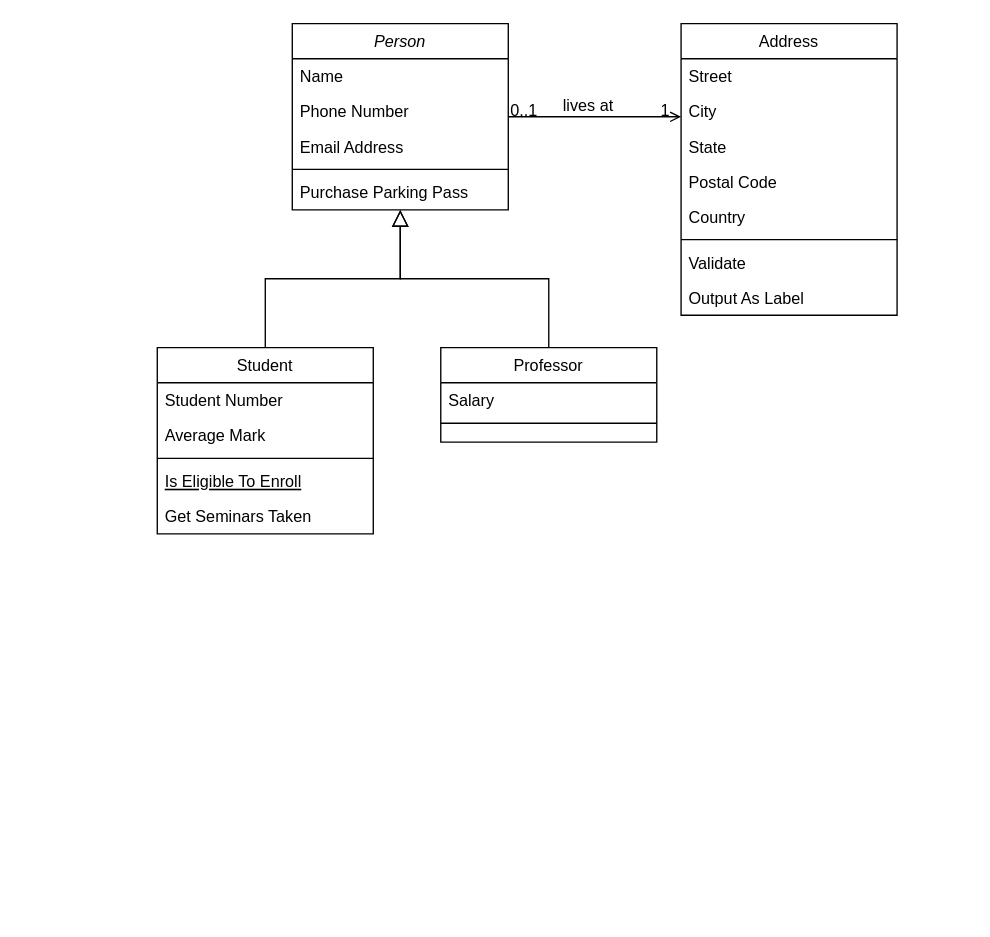
Before: POO 5TO LUCIO/Diagrama sin título.drawio in Luchito14567/POO-5TO-LUCIO, a draw.io diagram. Source tidied: cells renumbered, new cells numbered last; positions are measured from the earlier drawing's top-left corner, leaving out a move shared by most shapes. Both pictures are drawn from the tidied source at 135%, with x=0, y=0 at pixel (157, 23).
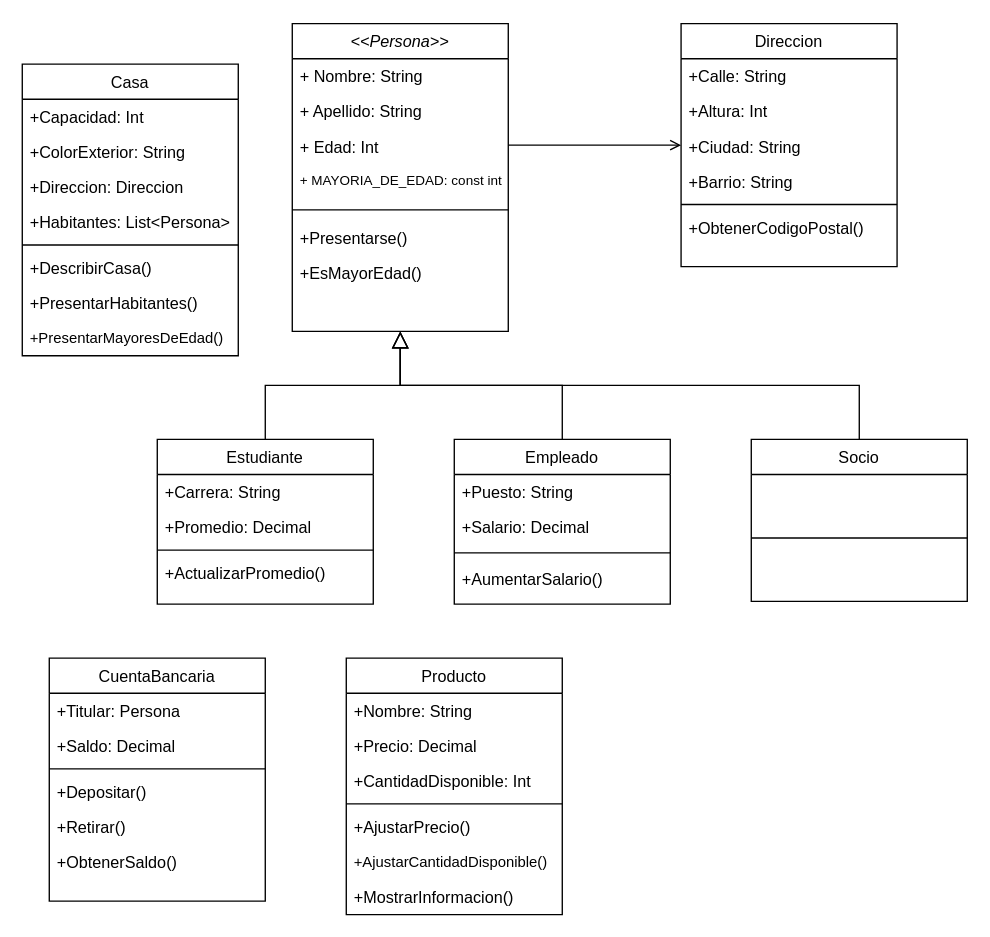
The same diagram, later.

The change refers to these unchanged cells:
```xml
<mxCell id="28" style="endArrow=open;shadow=0;strokeWidth=1;rounded=0;curved=0;endFill=1;edgeStyle=elbowEdgeStyle;elbow=vertical;" parent="1" edge="1" source="2" target="19">
  <mxGeometry x="0.5" y="41" relative="1" as="geometry">
    <mxPoint x="-40" y="32" as="offset" />
  </mxGeometry>
</mxCell>
```

The edit, as a diff of the source:
```diff
@@
-    <mxCell id="2" value="Person" style="swimlane;fontStyle=2;align=center;verticalAlign=top;horizontal=1;startSize=26;rounded=0;shadow=0;strokeWidth=1;" parent="1" vertex="1">
-      <mxGeometry x="100" width="160" height="138" as="geometry" />
+    <mxCell id="2" value="&lt;&lt;Persona&gt;&gt;" style="swimlane;fontStyle=2;align=center;verticalAlign=top;horizontal=1;startSize=26;rounded=0;shadow=0;strokeWidth=1;" parent="1" vertex="1">
+      <mxGeometry x="100" width="160" height="228" as="geometry" />
     </mxCell>
-    <mxCell id="3" value="Name" style="text;align=left;verticalAlign=top;spacingLeft=4;spacingRight=4;overflow=hidden;" parent="2" vertex="1">
+    <mxCell id="3" value="+ Nombre: String" style="text;align=left;verticalAlign=top;spacingLeft=4;spacingRight=4;overflow=hidden;" parent="2" vertex="1">
       <mxGeometry y="26" width="160" height="26" as="geometry" />
     </mxCell>
-    <mxCell id="4" value="Phone Number" style="text;align=left;verticalAlign=top;spacingLeft=4;spacingRight=4;overflow=hidden;rounded=0;shadow=0;html=0;" parent="2" vertex="1">
+    <mxCell id="4" value="+ Apellido: String" style="text;align=left;verticalAlign=top;spacingLeft=4;spacingRight=4;overflow=hidden;rounded=0;shadow=0;html=0;" parent="2" vertex="1">
       <mxGeometry y="52" width="160" height="26" as="geometry" />
     </mxCell>
-    <mxCell id="5" value="Email Address" style="text;align=left;verticalAlign=top;spacingLeft=4;spacingRight=4;overflow=hidden;rounded=0;shadow=0;html=0;" parent="2" vertex="1">
+    <mxCell id="5" value="+ Edad: Int&#10;" style="text;align=left;verticalAlign=top;spacingLeft=4;spacingRight=4;overflow=hidden;rounded=0;shadow=0;html=0;" parent="2" vertex="1">
       <mxGeometry y="78" width="160" height="26" as="geometry" />
     </mxCell>
+    <mxCell id="32" value="+ MAYORIA_DE_EDAD: const int" style="text;align=left;verticalAlign=top;spacingLeft=4;spacingRight=4;overflow=hidden;rounded=0;shadow=0;html=0;fontSize=10;" parent="2" vertex="1">
+      <mxGeometry y="104" width="160" height="26" as="geometry" />
+    </mxCell>
     <mxCell id="6" style="line;html=1;strokeWidth=1;align=left;verticalAlign=middle;spacingTop=-1;spacingLeft=3;spacingRight=3;labelPosition=right;" parent="2" vertex="1">
-      <mxGeometry y="104" width="160" height="8" as="geometry" />
+      <mxGeometry y="130" width="160" height="16" as="geometry" />
     </mxCell>
+    <mxCell id="33" value="+Presentarse()" style="text;align=left;verticalAlign=top;spacingLeft=4;spacingRight=4;overflow=hidden;" parent="2" vertex="1">
+      <mxGeometry y="146" width="160" height="26" as="geometry" />
+    </mxCell>
-    <mxCell id="7" value="Purchase Parking Pass" style="text;align=left;verticalAlign=top;spacingLeft=4;spacingRight=4;overflow=hidden;" parent="2" vertex="1">
-      <mxGeometry y="112" width="160" height="26" as="geometry" />
+    <mxCell id="7" value="+EsMayorEdad()" style="text;align=left;verticalAlign=top;spacingLeft=4;spacingRight=4;overflow=hidden;" parent="2" vertex="1">
+      <mxGeometry y="172" width="160" height="26" as="geometry" />
     </mxCell>
-    <mxCell id="8" value="Student" style="swimlane;fontStyle=0;align=center;verticalAlign=top;horizontal=1;startSize=26;rounded=0;shadow=0;strokeWidth=1;" parent="1" vertex="1">
-      <mxGeometry y="240" width="160" height="138" as="geometry" />
+    <mxCell id="8" value="Estudiante" style="swimlane;fontStyle=0;align=center;verticalAlign=top;horizontal=1;startSize=26;rounded=0;shadow=0;strokeWidth=1;" parent="1" vertex="1">
+      <mxGeometry y="308" width="160" height="122" as="geometry" />
     </mxCell>
-    <mxCell id="9" value="Student Number" style="text;align=left;verticalAlign=top;spacingLeft=4;spacingRight=4;overflow=hidden;" parent="8" vertex="1">
+    <mxCell id="9" value="+Carrera: String" style="text;align=left;verticalAlign=top;spacingLeft=4;spacingRight=4;overflow=hidden;" parent="8" vertex="1">
       <mxGeometry y="26" width="160" height="26" as="geometry" />
     </mxCell>
-    <mxCell id="10" value="Average Mark" style="text;align=left;verticalAlign=top;spacingLeft=4;spacingRight=4;overflow=hidden;rounded=0;shadow=0;html=0;" parent="8" vertex="1">
+    <mxCell id="10" value="+Promedio: Decimal" style="text;align=left;verticalAlign=top;spacingLeft=4;spacingRight=4;overflow=hidden;rounded=0;shadow=0;html=0;" parent="8" vertex="1">
       <mxGeometry y="52" width="160" height="26" as="geometry" />
     </mxCell>
@@
-    <mxCell id="12" value="Is Eligible To Enroll" style="text;align=left;verticalAlign=top;spacingLeft=4;spacingRight=4;overflow=hidden;fontStyle=4;" parent="8" vertex="1">
-      <mxGeometry y="86" width="160" height="26" as="geometry" />
-    </mxCell>
-    <mxCell id="13" value="Get Seminars Taken" style="text;align=left;verticalAlign=top;spacingLeft=4;spacingRight=4;overflow=hidden;" parent="8" vertex="1">
-      <mxGeometry y="112" width="160" height="26" as="geometry" />
-    </mxCell>
+    <mxCell id="34" value="+ActualizarPromedio()" style="text;align=left;verticalAlign=top;spacingLeft=4;spacingRight=4;overflow=hidden;rounded=0;shadow=0;html=0;" parent="8" vertex="1">
+      <mxGeometry y="86" width="160" height="26" as="geometry" />
+    </mxCell>
@@
-    <mxCell id="15" value="Professor" style="swimlane;fontStyle=0;align=center;verticalAlign=top;horizontal=1;startSize=26;rounded=0;shadow=0;strokeWidth=1;" parent="1" vertex="1">
-      <mxGeometry x="210" y="240" width="160" height="70" as="geometry" />
+    <mxCell id="15" value="Empleado" style="swimlane;fontStyle=0;align=center;verticalAlign=top;horizontal=1;startSize=26;rounded=0;shadow=0;strokeWidth=1;" parent="1" vertex="1">
+      <mxGeometry x="220" y="308" width="160" height="122" as="geometry" />
     </mxCell>
-    <mxCell id="16" value="Salary" style="text;align=left;verticalAlign=top;spacingLeft=4;spacingRight=4;overflow=hidden;" parent="15" vertex="1">
+    <mxCell id="16" value="+Puesto: String" style="text;align=left;verticalAlign=top;spacingLeft=4;spacingRight=4;overflow=hidden;" parent="15" vertex="1">
       <mxGeometry y="26" width="160" height="26" as="geometry" />
     </mxCell>
+    <mxCell id="35" value="+Salario: Decimal" style="text;align=left;verticalAlign=top;spacingLeft=4;spacingRight=4;overflow=hidden;" parent="15" vertex="1">
+      <mxGeometry y="52" width="160" height="26" as="geometry" />
+    </mxCell>
     <mxCell id="17" style="line;html=1;strokeWidth=1;align=left;verticalAlign=middle;spacingTop=-1;spacingLeft=3;spacingRight=3;labelPosition=right;" parent="15" vertex="1">
-      <mxGeometry y="52" width="160" height="8" as="geometry" />
+      <mxGeometry y="78" width="160" height="12" as="geometry" />
     </mxCell>
+    <mxCell id="36" value="+AumentarSalario()" style="text;align=left;verticalAlign=top;spacingLeft=4;spacingRight=4;overflow=hidden;" parent="15" vertex="1">
+      <mxGeometry y="90" width="160" height="26" as="geometry" />
+    </mxCell>
@@
-    <mxCell id="19" value="Address" style="swimlane;fontStyle=0;align=center;verticalAlign=top;horizontal=1;startSize=26;rounded=0;shadow=0;strokeWidth=1;" parent="1" vertex="1">
-      <mxGeometry x="388" width="160" height="216" as="geometry" />
+    <mxCell id="19" value="Direccion" style="swimlane;fontStyle=0;align=center;verticalAlign=top;horizontal=1;startSize=26;rounded=0;shadow=0;strokeWidth=1;" parent="1" vertex="1">
+      <mxGeometry x="388" width="160" height="180" as="geometry" />
     </mxCell>
-    <mxCell id="20" value="Street" style="text;align=left;verticalAlign=top;spacingLeft=4;spacingRight=4;overflow=hidden;" parent="19" vertex="1">
+    <mxCell id="20" value="+Calle: String" style="text;align=left;verticalAlign=top;spacingLeft=4;spacingRight=4;overflow=hidden;" parent="19" vertex="1">
       <mxGeometry y="26" width="160" height="26" as="geometry" />
     </mxCell>
-    <mxCell id="21" value="City" style="text;align=left;verticalAlign=top;spacingLeft=4;spacingRight=4;overflow=hidden;rounded=0;shadow=0;html=0;" parent="19" vertex="1">
+    <mxCell id="21" value="+Altura: Int" style="text;align=left;verticalAlign=top;spacingLeft=4;spacingRight=4;overflow=hidden;rounded=0;shadow=0;html=0;" parent="19" vertex="1">
       <mxGeometry y="52" width="160" height="26" as="geometry" />
     </mxCell>
-    <mxCell id="22" value="State" style="text;align=left;verticalAlign=top;spacingLeft=4;spacingRight=4;overflow=hidden;rounded=0;shadow=0;html=0;" parent="19" vertex="1">
+    <mxCell id="22" value="+Ciudad: String" style="text;align=left;verticalAlign=top;spacingLeft=4;spacingRight=4;overflow=hidden;rounded=0;shadow=0;html=0;" parent="19" vertex="1">
       <mxGeometry y="78" width="160" height="26" as="geometry" />
     </mxCell>
-    <mxCell id="23" value="Postal Code" style="text;align=left;verticalAlign=top;spacingLeft=4;spacingRight=4;overflow=hidden;rounded=0;shadow=0;html=0;" parent="19" vertex="1">
+    <mxCell id="23" value="+Barrio: String" style="text;align=left;verticalAlign=top;spacingLeft=4;spacingRight=4;overflow=hidden;rounded=0;shadow=0;html=0;" parent="19" vertex="1">
       <mxGeometry y="104" width="160" height="26" as="geometry" />
     </mxCell>
-    <mxCell id="24" value="Country" style="text;align=left;verticalAlign=top;spacingLeft=4;spacingRight=4;overflow=hidden;rounded=0;shadow=0;html=0;" parent="19" vertex="1">
-      <mxGeometry y="130" width="160" height="26" as="geometry" />
-    </mxCell>
     <mxCell id="25" style="line;html=1;strokeWidth=1;align=left;verticalAlign=middle;spacingTop=-1;spacingLeft=3;spacingRight=3;labelPosition=right;" parent="19" vertex="1">
-      <mxGeometry y="156" width="160" height="8" as="geometry" />
+      <mxGeometry y="130" width="160" height="8" as="geometry" />
     </mxCell>
-    <mxCell id="26" value="Validate" style="text;align=left;verticalAlign=top;spacingLeft=4;spacingRight=4;overflow=hidden;" parent="19" vertex="1">
-      <mxGeometry y="164" width="160" height="26" as="geometry" />
-    </mxCell>
-    <mxCell id="27" value="Output As Label" style="text;align=left;verticalAlign=top;spacingLeft=4;spacingRight=4;overflow=hidden;" parent="19" vertex="1">
-      <mxGeometry y="190" width="160" height="26" as="geometry" />
+    <mxCell id="27" value="+ObtenerCodigoPostal()" style="text;align=left;verticalAlign=top;spacingLeft=4;spacingRight=4;overflow=hidden;" parent="19" vertex="1">
+      <mxGeometry y="138" width="160" height="26" as="geometry" />
     </mxCell>
@@
-    <mxCell id="29" value="0..1" style="align=left;verticalAlign=bottom;labelBackgroundColor=none;fontSize=12;" parent="28" vertex="1">
-      <mxGeometry x="-1" relative="1" as="geometry">
-        <mxPoint y="4" as="offset" />
-      </mxGeometry>
-    </mxCell>
-    <mxCell id="30" value="1" style="align=right;verticalAlign=bottom;labelBackgroundColor=none;fontSize=12;" parent="28" vertex="1">
-      <mxGeometry x="1" relative="1" as="geometry">
-        <mxPoint x="-7" y="4" as="offset" />
-      </mxGeometry>
-    </mxCell>
-    <mxCell id="31" value="lives at" style="text;html=1;align=center;verticalAlign=middle;labelBackgroundColor=none;rounded=0;shadow=0;strokeWidth=1;fontSize=12;" parent="28" vertex="1">
-      <mxGeometry x="0.5" y="49" relative="1" as="geometry">
-        <mxPoint x="-38" y="40" as="offset" />
-      </mxGeometry>
-    </mxCell>
+    <mxCell id="37" value="Socio" style="swimlane;fontStyle=0;align=center;verticalAlign=top;horizontal=1;startSize=26;rounded=0;shadow=0;strokeWidth=1;" parent="1" vertex="1">
+      <mxGeometry x="440" y="308" width="160" height="120" as="geometry" />
+    </mxCell>
+    <mxCell id="38" style="line;html=1;strokeWidth=1;align=left;verticalAlign=middle;spacingTop=-1;spacingLeft=3;spacingRight=3;labelPosition=right;" parent="37" vertex="1">
+      <mxGeometry y="26" width="160" height="94" as="geometry" />
+    </mxCell>
+    <mxCell id="39" style="endArrow=block;endSize=10;endFill=0;shadow=0;strokeWidth=1;rounded=0;curved=0;edgeStyle=elbowEdgeStyle;elbow=vertical;exitX=0.5;exitY=0;exitDx=0;exitDy=0;" parent="1" edge="1" source="37">
+      <mxGeometry relative="1" as="geometry">
+        <mxPoint x="180" y="228" as="targetPoint" />
+      </mxGeometry>
+    </mxCell>
+    <mxCell id="40" value="Casa" style="swimlane;fontStyle=0;align=center;verticalAlign=top;horizontal=1;startSize=26;rounded=0;shadow=0;strokeWidth=1;" parent="1" vertex="1">
+      <mxGeometry x="-100" y="30" width="160" height="216" as="geometry" />
+    </mxCell>
+    <mxCell id="41" value="+Capacidad: Int" style="text;align=left;verticalAlign=top;spacingLeft=4;spacingRight=4;overflow=hidden;" parent="40" vertex="1">
+      <mxGeometry y="26" width="160" height="26" as="geometry" />
+    </mxCell>
+    <mxCell id="42" value="+ColorExterior: String" style="text;align=left;verticalAlign=top;spacingLeft=4;spacingRight=4;overflow=hidden;rounded=0;shadow=0;html=0;" parent="40" vertex="1">
+      <mxGeometry y="52" width="160" height="26" as="geometry" />
+    </mxCell>
+    <mxCell id="43" value="+Direccion: Direccion" style="text;align=left;verticalAlign=top;spacingLeft=4;spacingRight=4;overflow=hidden;rounded=0;shadow=0;html=0;" parent="40" vertex="1">
+      <mxGeometry y="78" width="160" height="26" as="geometry" />
+    </mxCell>
+    <mxCell id="44" value="+Habitantes: List&lt;Persona&gt;" style="text;align=left;verticalAlign=top;spacingLeft=4;spacingRight=4;overflow=hidden;rounded=0;shadow=0;html=0;" parent="40" vertex="1">
+      <mxGeometry y="104" width="160" height="26" as="geometry" />
+    </mxCell>
+    <mxCell id="45" style="line;html=1;strokeWidth=1;align=left;verticalAlign=middle;spacingTop=-1;spacingLeft=3;spacingRight=3;labelPosition=right;" parent="40" vertex="1">
+      <mxGeometry y="130" width="160" height="8" as="geometry" />
+    </mxCell>
+    <mxCell id="46" value="+DescribirCasa()&#10;" style="text;align=left;verticalAlign=top;spacingLeft=4;spacingRight=4;overflow=hidden;" parent="40" vertex="1">
+      <mxGeometry y="138" width="160" height="26" as="geometry" />
+    </mxCell>
+    <mxCell id="47" value="+PresentarHabitantes()" style="text;align=left;verticalAlign=top;spacingLeft=4;spacingRight=4;overflow=hidden;" parent="40" vertex="1">
+      <mxGeometry y="164" width="160" height="26" as="geometry" />
+    </mxCell>
+    <mxCell id="48" value="+PresentarMayoresDeEdad()" style="text;align=left;verticalAlign=top;spacingLeft=4;spacingRight=4;overflow=hidden;fontSize=11;" parent="40" vertex="1">
+      <mxGeometry y="190" width="160" height="26" as="geometry" />
+    </mxCell>
+    <mxCell id="49" value="CuentaBancaria" style="swimlane;fontStyle=0;align=center;verticalAlign=top;horizontal=1;startSize=26;rounded=0;shadow=0;strokeWidth=1;" parent="1" vertex="1">
+      <mxGeometry x="-80" y="470" width="160" height="180" as="geometry" />
+    </mxCell>
+    <mxCell id="50" value="+Titular: Persona" style="text;align=left;verticalAlign=top;spacingLeft=4;spacingRight=4;overflow=hidden;" parent="49" vertex="1">
+      <mxGeometry y="26" width="160" height="26" as="geometry" />
+    </mxCell>
+    <mxCell id="51" value="+Saldo: Decimal" style="text;align=left;verticalAlign=top;spacingLeft=4;spacingRight=4;overflow=hidden;rounded=0;shadow=0;html=0;" parent="49" vertex="1">
+      <mxGeometry y="52" width="160" height="26" as="geometry" />
+    </mxCell>
+    <mxCell id="52" style="line;html=1;strokeWidth=1;align=left;verticalAlign=middle;spacingTop=-1;spacingLeft=3;spacingRight=3;labelPosition=right;" parent="49" vertex="1">
+      <mxGeometry y="78" width="160" height="8" as="geometry" />
+    </mxCell>
+    <mxCell id="53" value="+Depositar()" style="text;align=left;verticalAlign=top;spacingLeft=4;spacingRight=4;overflow=hidden;" parent="49" vertex="1">
+      <mxGeometry y="86" width="160" height="26" as="geometry" />
+    </mxCell>
+    <mxCell id="54" value="+Retirar()" style="text;align=left;verticalAlign=top;spacingLeft=4;spacingRight=4;overflow=hidden;" parent="49" vertex="1">
+      <mxGeometry y="112" width="160" height="26" as="geometry" />
+    </mxCell>
+    <mxCell id="55" value="+ObtenerSaldo()" style="text;align=left;verticalAlign=top;spacingLeft=4;spacingRight=4;overflow=hidden;" parent="49" vertex="1">
+      <mxGeometry y="138" width="160" height="26" as="geometry" />
+    </mxCell>
+    <mxCell id="56" value="Producto" style="swimlane;fontStyle=0;align=center;verticalAlign=top;horizontal=1;startSize=26;rounded=0;shadow=0;strokeWidth=1;" parent="1" vertex="1">
+      <mxGeometry x="140" y="470" width="160" height="190" as="geometry" />
+    </mxCell>
+    <mxCell id="57" value="+Nombre: String" style="text;align=left;verticalAlign=top;spacingLeft=4;spacingRight=4;overflow=hidden;" parent="56" vertex="1">
+      <mxGeometry y="26" width="160" height="26" as="geometry" />
+    </mxCell>
+    <mxCell id="58" value="+Precio: Decimal" style="text;align=left;verticalAlign=top;spacingLeft=4;spacingRight=4;overflow=hidden;rounded=0;shadow=0;html=0;" parent="56" vertex="1">
+      <mxGeometry y="52" width="160" height="26" as="geometry" />
+    </mxCell>
+    <mxCell id="59" value="+CantidadDisponible: Int" style="text;align=left;verticalAlign=top;spacingLeft=4;spacingRight=4;overflow=hidden;rounded=0;shadow=0;html=0;" parent="56" vertex="1">
+      <mxGeometry y="78" width="160" height="26" as="geometry" />
+    </mxCell>
+    <mxCell id="60" style="line;html=1;strokeWidth=1;align=left;verticalAlign=middle;spacingTop=-1;spacingLeft=3;spacingRight=3;labelPosition=right;" parent="56" vertex="1">
+      <mxGeometry y="104" width="160" height="8" as="geometry" />
+    </mxCell>
+    <mxCell id="61" value="+AjustarPrecio()" style="text;align=left;verticalAlign=top;spacingLeft=4;spacingRight=4;overflow=hidden;" parent="56" vertex="1">
+      <mxGeometry y="112" width="160" height="26" as="geometry" />
+    </mxCell>
+    <mxCell id="62" value="+AjustarCantidadDisponible()" style="text;align=left;verticalAlign=top;spacingLeft=4;spacingRight=4;overflow=hidden;fontSize=11;" parent="56" vertex="1">
+      <mxGeometry y="138" width="160" height="26" as="geometry" />
+    </mxCell>
+    <mxCell id="63" value="+MostrarInformacion()" style="text;align=left;verticalAlign=top;spacingLeft=4;spacingRight=4;overflow=hidden;" parent="56" vertex="1">
+      <mxGeometry y="164" width="160" height="26" as="geometry" />
+    </mxCell>
```
